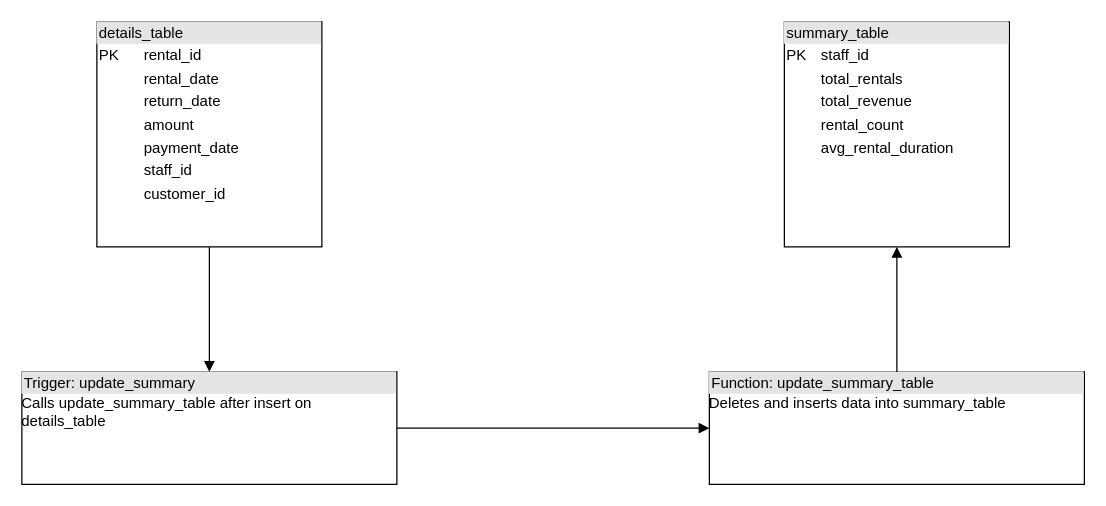
Above: Tables Diagram.drawio in timjavins/WGU-D191--Advanced-Data-Management--VDM2 (draw.io), before the change. Source tidied: cells renumbered, new cells numbered last; positions are measured from the earlier drawing's top-left corner, leaving out a move shared by most shapes. Both pictures are drawn from the tidied source at 125%, with x=0, y=0 at pixel (21, 21).
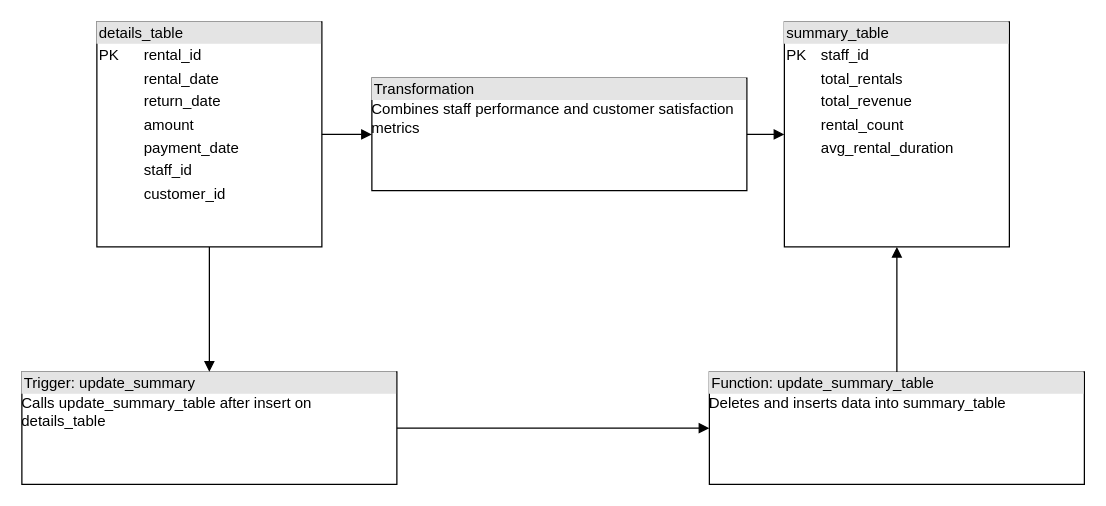
The same page after the edit.

The edit, as a diff of the source:
```diff
@@
 <mxGraphModel>
   <root>
     <mxCell id="0" />
     <mxCell id="1" parent="0" />
     <mxCell id="2" value="&lt;div style=&quot;box-sizing:border-box;width:100%;background:#e4e4e4;padding:2px;&quot;&gt;details_table&lt;/div&gt;&lt;table style=&quot;width:100%;font-size:1em;&quot; cellpadding=&quot;2&quot; cellspacing=&quot;0&quot;&gt;&lt;tbody&gt;&lt;tr&gt;&lt;td&gt;PK&lt;/td&gt;&lt;td&gt;rental_id&lt;/td&gt;&lt;/tr&gt;&lt;tr&gt;&lt;td&gt;&lt;/td&gt;&lt;td&gt;rental_date&lt;/td&gt;&lt;/tr&gt;&lt;tr&gt;&lt;td&gt;&lt;/td&gt;&lt;td&gt;return_date&lt;/td&gt;&lt;/tr&gt;&lt;tr&gt;&lt;td&gt;&lt;/td&gt;&lt;td&gt;amount&lt;/td&gt;&lt;/tr&gt;&lt;tr&gt;&lt;td&gt;&lt;/td&gt;&lt;td&gt;payment_date&lt;/td&gt;&lt;/tr&gt;&lt;tr&gt;&lt;td&gt;&lt;/td&gt;&lt;td&gt;staff_id&lt;/td&gt;&lt;/tr&gt;&lt;tr&gt;&lt;td&gt;&lt;/td&gt;&lt;td&gt;customer_id&lt;/td&gt;&lt;/tr&gt;&lt;/tbody&gt;&lt;/table&gt;" style="verticalAlign=top;align=left;overflow=fill;html=1;whiteSpace=wrap;" parent="1" vertex="1">
       <mxGeometry x="60" width="180" height="180" as="geometry" />
     </mxCell>
     <mxCell id="3" value="&lt;div style=&quot;box-sizing:border-box;width:100%;background:#e4e4e4;padding:2px;&quot;&gt;summary_table&lt;/div&gt;&lt;table style=&quot;width:100%;font-size:1em;&quot; cellpadding=&quot;2&quot; cellspacing=&quot;0&quot;&gt;&lt;tbody&gt;&lt;tr&gt;&lt;td&gt;PK&lt;/td&gt;&lt;td&gt;staff_id&lt;/td&gt;&lt;/tr&gt;&lt;tr&gt;&lt;td&gt;&lt;/td&gt;&lt;td&gt;total_rentals&lt;/td&gt;&lt;/tr&gt;&lt;tr&gt;&lt;td&gt;&lt;/td&gt;&lt;td&gt;total_revenue&lt;/td&gt;&lt;/tr&gt;&lt;tr&gt;&lt;td&gt;&lt;/td&gt;&lt;td&gt;rental_count&lt;/td&gt;&lt;/tr&gt;&lt;tr&gt;&lt;td&gt;&lt;/td&gt;&lt;td&gt;avg_rental_duration&lt;/td&gt;&lt;/tr&gt;&lt;/tbody&gt;&lt;/table&gt;" style="verticalAlign=top;align=left;overflow=fill;html=1;whiteSpace=wrap;" parent="1" vertex="1">
       <mxGeometry x="610" width="180" height="180" as="geometry" />
     </mxCell>
     <mxCell id="4" value="&lt;div style=&quot;box-sizing:border-box;width:100%;background:#e4e4e4;padding:2px;&quot;&gt;Function: update_summary_table&lt;/div&gt;&lt;div&gt;Deletes and inserts data into summary_table&lt;/div&gt;" style="verticalAlign=top;align=left;overflow=fill;html=1;whiteSpace=wrap;" parent="1" vertex="1">
       <mxGeometry x="550" y="280" width="300" height="90" as="geometry" />
     </mxCell>
     <mxCell id="5" value="&lt;div style=&quot;box-sizing:border-box;width:100%;background:#e4e4e4;padding:2px;&quot;&gt;Trigger: update_summary&lt;/div&gt;&lt;div&gt;Calls update_summary_table after insert on details_table&lt;/div&gt;" style="verticalAlign=top;align=left;overflow=fill;html=1;whiteSpace=wrap;" parent="1" vertex="1">
       <mxGeometry y="280" width="300" height="90" as="geometry" />
     </mxCell>
+    <mxCell id="9" value="&lt;div style=&quot;box-sizing:border-box;width:100%;background:#e4e4e4;padding:2px;&quot;&gt;Transformation&lt;/div&gt;&lt;div&gt;Combines staff performance and customer satisfaction metrics&lt;/div&gt;" style="verticalAlign=top;align=left;overflow=fill;html=1;whiteSpace=wrap;" parent="1" vertex="1">
+      <mxGeometry x="280" y="45" width="300" height="90" as="geometry" />
+    </mxCell>
+    <mxCell id="10" style="endArrow=block;html=1;edgeStyle=orthogonalEdgeStyle;rounded=0;" parent="1" edge="1" source="2" target="9">
+      <mxGeometry relative="1" as="geometry" />
+    </mxCell>
     <mxCell id="6" style="endArrow=block;html=1;edgeStyle=orthogonalEdgeStyle;rounded=0;" parent="1" edge="1" source="4" target="3">
       <mxGeometry relative="1" as="geometry" />
     </mxCell>
     <mxCell id="7" style="endArrow=block;html=1;edgeStyle=orthogonalEdgeStyle;rounded=0;" parent="1" edge="1" source="2" target="5">
       <mxGeometry relative="1" as="geometry" />
     </mxCell>
     <mxCell id="8" style="endArrow=block;html=1;edgeStyle=orthogonalEdgeStyle;rounded=0;entryX=0;entryY=0.5;entryDx=0;entryDy=0;" parent="1" edge="1" source="5" target="4">
       <mxGeometry relative="1" as="geometry" />
     </mxCell>
+    <mxCell id="11" style="endArrow=block;html=1;edgeStyle=orthogonalEdgeStyle;rounded=0;" parent="1" edge="1" source="9" target="3">
+      <mxGeometry relative="1" as="geometry" />
+    </mxCell>
   </root>
 </mxGraphModel>
```
